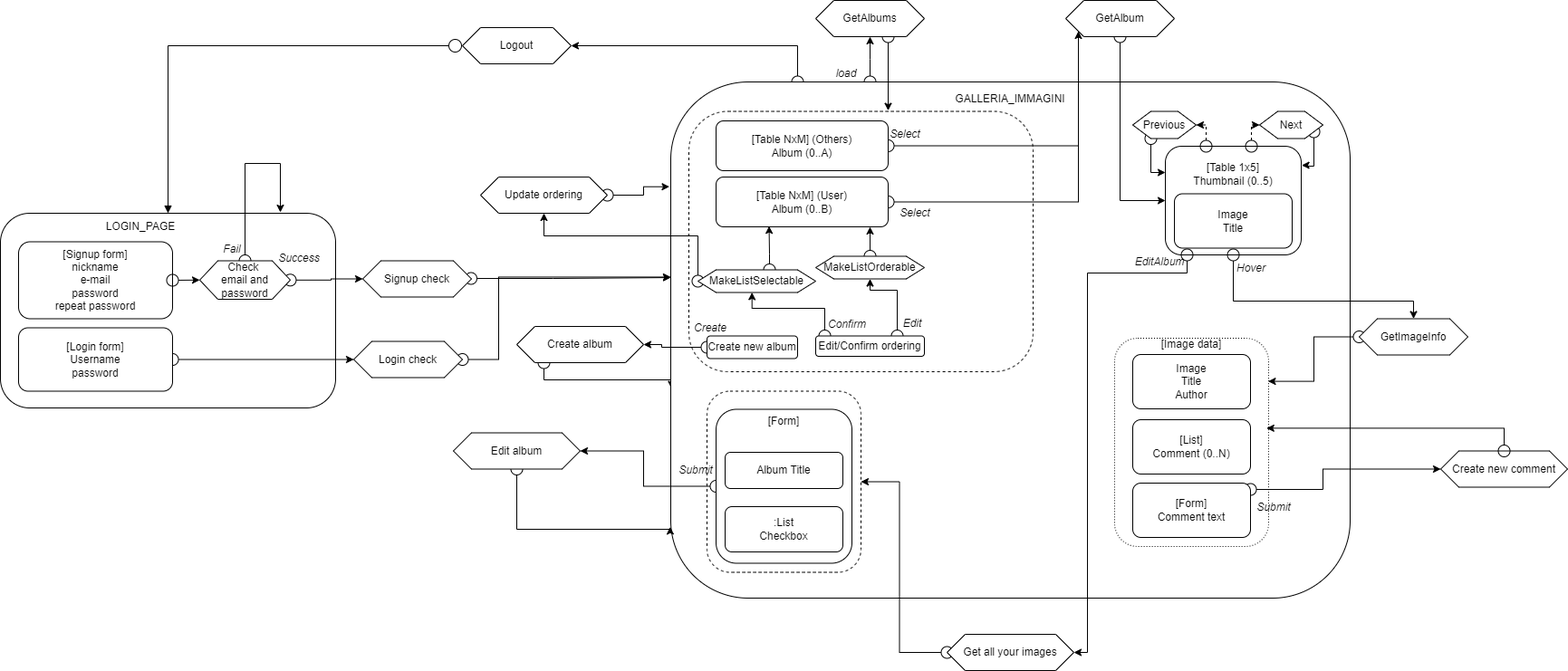
MizuGreg/TIW-Gallery-2022-RIA keeps this draw.io diagram as Design/Diagramma_IFML_TEMPORANEO.png. Above is the earlier version. Source tidied: cells renumbered, new cells last; positions are measured from the earlier drawing's top-left corner, leaving out a move shared by most shapes.
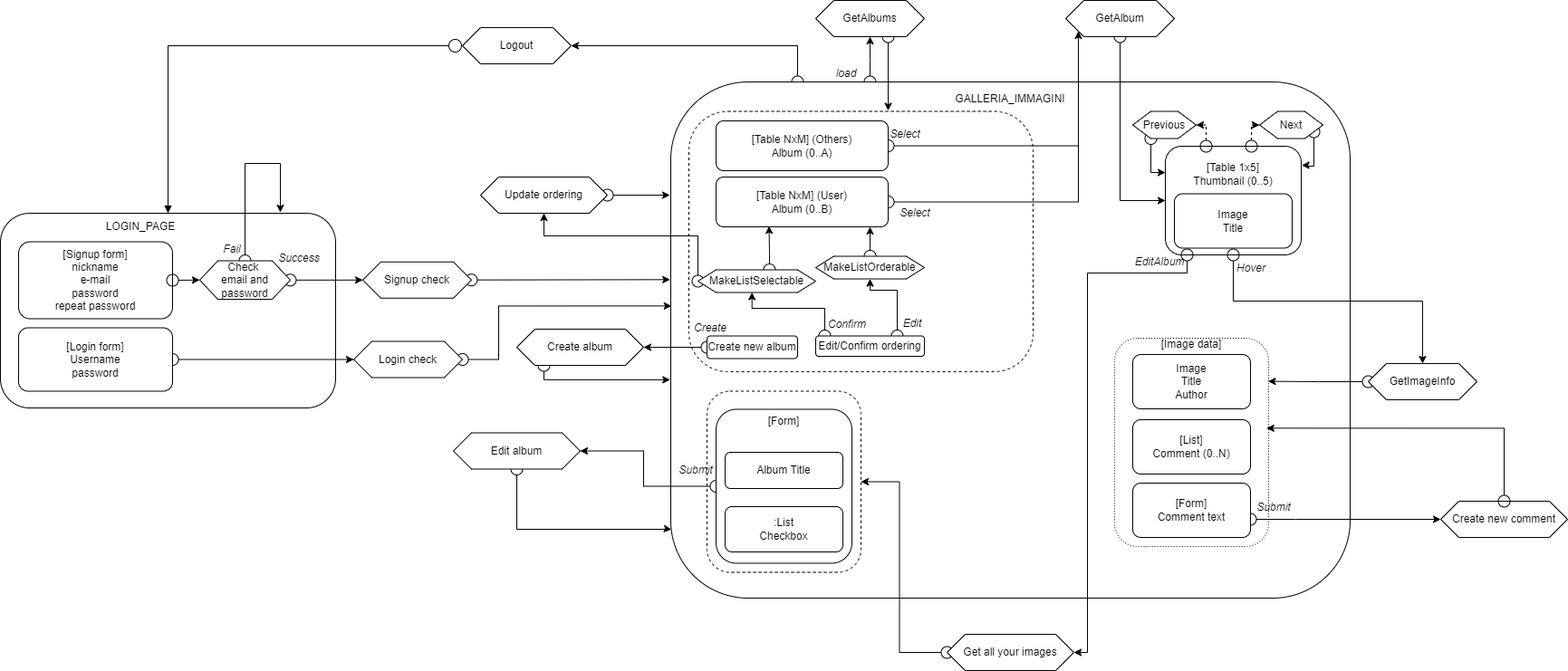
Later version of the same file.

Commit message:
fix allineamento ifml

Diff of the diagram source:
```diff
@@ -2,30 +2,22 @@
   <root>
     <mxCell id="0" />
     <mxCell id="1" parent="0" />
-    <mxCell id="2" style="edgeStyle=elbowEdgeStyle;rounded=0;jettySize=auto;html=1;entryX=0;entryY=0.378;entryDx=0;entryDy=0;entryPerimeter=0;startArrow=oval;startFill=0;startSize=13;exitX=1;exitY=0.5;exitDx=0;exitDy=0;" parent="1" edge="1" source="3" target="18">
+    <mxCell id="2" style="edgeStyle=orthogonalEdgeStyle;rounded=0;jettySize=auto;html=1;entryX=0.001;entryY=0.434;entryDx=0;entryDy=0;entryPerimeter=0;startArrow=oval;startFill=0;startSize=13;" parent="1" edge="1" source="3" target="18">
       <mxGeometry relative="1" as="geometry">
         <Array as="points">
-          <mxPoint x="550" y="350" />
-          <mxPoint x="540" y="340" />
-          <mxPoint x="610" y="330" />
-          <mxPoint x="550" y="340" />
-          <mxPoint x="610" y="350" />
-          <mxPoint x="460" y="350" />
+          <mxPoint x="550" y="397" />
+          <mxPoint x="550" y="337" />
         </Array>
       </mxGeometry>
     </mxCell>
     <mxCell id="3" value="Login check" style="shape=hexagon;perimeter=hexagonPerimeter2;whiteSpace=wrap;html=1;fixedSize=1;strokeColor=default;" parent="1" vertex="1">
       <mxGeometry x="390" y="376.5" width="120" height="40" as="geometry" />
     </mxCell>
-    <mxCell id="4" style="edgeStyle=elbowEdgeStyle;rounded=0;jettySize=auto;html=1;entryX=0;entryY=0.379;entryDx=0;entryDy=0;entryPerimeter=0;startArrow=oval;startFill=0;startSize=13;" parent="1" edge="1" source="5" target="18">
-      <mxGeometry relative="1" as="geometry">
-        <Array as="points">
-          <mxPoint x="610" y="307" />
-        </Array>
-      </mxGeometry>
+    <mxCell id="4" style="rounded=0;jettySize=auto;html=1;startArrow=oval;startFill=0;startSize=13;entryX=-0.001;entryY=0.383;entryDx=0;entryDy=0;entryPerimeter=0;" parent="1" edge="1" source="5" target="18">
+      <mxGeometry relative="1" as="geometry" />
     </mxCell>
     <mxCell id="5" value="Signup check" style="shape=hexagon;perimeter=hexagonPerimeter2;whiteSpace=wrap;html=1;fixedSize=1;strokeColor=default;" parent="1" vertex="1">
-      <mxGeometry x="400" y="287.5" width="120" height="40" as="geometry" />
+      <mxGeometry x="400" y="288.8" width="120" height="40" as="geometry" />
     </mxCell>
     <mxCell id="6" style="rounded=1;whiteSpace=wrap;html=1;strokeColor=default;" parent="1" vertex="1">
       <mxGeometry y="235" width="370" height="215" as="geometry" />
@@ -43,7 +35,7 @@
       <mxGeometry x="20" y="361.5" width="170" height="70" as="geometry" />
     </mxCell>
     <mxCell id="11" value="Create new comment" style="shape=hexagon;perimeter=hexagonPerimeter2;whiteSpace=wrap;html=1;fixedSize=1;strokeColor=default;" parent="1" vertex="1">
-      <mxGeometry x="1590" y="497.5" width="140" height="40" as="geometry" />
+      <mxGeometry x="1590" y="553" width="140" height="40" as="geometry" />
     </mxCell>
     <mxCell id="12" style="edgeStyle=orthogonalEdgeStyle;rounded=0;jettySize=auto;html=1;startArrow=circle;startFill=0;endArrow=block;endFill=1;strokeColor=#000000;" parent="1" edge="1" source="13" target="6">
       <mxGeometry relative="1" as="geometry" />
@@ -51,7 +43,7 @@
     <mxCell id="13" value="Logout" style="shape=hexagon;perimeter=hexagonPerimeter2;whiteSpace=wrap;html=1;fixedSize=1;strokeColor=default;" parent="1" vertex="1">
       <mxGeometry x="510" y="30" width="120" height="40" as="geometry" />
     </mxCell>
-    <mxCell id="14" style="edgeStyle=orthogonalEdgeStyle;rounded=0;jettySize=auto;html=1;entryX=0.001;entryY=0.594;entryDx=0;entryDy=0;startArrow=oval;startFill=0;startSize=13;entryPerimeter=0;" parent="1" edge="1" source="15" target="18">
+    <mxCell id="14" style="edgeStyle=orthogonalEdgeStyle;rounded=0;jettySize=auto;html=1;entryX=-0.001;entryY=0.577;entryDx=0;entryDy=0;startArrow=oval;startFill=0;startSize=13;entryPerimeter=0;" parent="1" edge="1" source="15" target="18">
       <mxGeometry relative="1" as="geometry">
         <Array as="points">
           <mxPoint x="600" y="419" />
@@ -59,7 +51,7 @@
       </mxGeometry>
     </mxCell>
     <mxCell id="15" value="Create album" style="shape=hexagon;perimeter=hexagonPerimeter2;whiteSpace=wrap;html=1;fixedSize=1;strokeColor=default;" parent="1" vertex="1">
-      <mxGeometry x="570" y="360" width="140" height="40" as="geometry" />
+      <mxGeometry x="570" y="363" width="140" height="40" as="geometry" />
     </mxCell>
     <mxCell id="16" style="edgeStyle=elbowEdgeStyle;rounded=0;jettySize=auto;html=1;entryX=1;entryY=0.5;entryDx=0;entryDy=0;startArrow=oval;startFill=0;startSize=13;" parent="1" edge="1" source="18" target="13">
       <mxGeometry relative="1" as="geometry">
@@ -117,7 +109,7 @@
       <mxGeometry relative="1" as="geometry" />
     </mxCell>
     <mxCell id="28" value="GetImageInfo" style="shape=hexagon;perimeter=hexagonPerimeter2;whiteSpace=wrap;html=1;fixedSize=1;strokeColor=default;" parent="1" vertex="1">
-      <mxGeometry x="1500" y="351.5" width="120" height="40" as="geometry" />
+      <mxGeometry x="1510" y="401" width="120" height="40" as="geometry" />
     </mxCell>
     <mxCell id="29" style="edgeStyle=elbowEdgeStyle;rounded=0;jettySize=auto;html=1;startArrow=oval;startFill=0;startSize=13;" parent="1" edge="1" source="30" target="23">
       <mxGeometry relative="1" as="geometry">
@@ -171,6 +163,7 @@
     <mxCell id="38" style="edgeStyle=elbowEdgeStyle;rounded=0;jettySize=auto;html=1;entryX=0;entryY=0.5;entryDx=0;entryDy=0;startArrow=oval;startFill=0;startSize=13;" parent="1" edge="1" source="39" target="11">
       <mxGeometry relative="1" as="geometry">
         <Array as="points">
+          <mxPoint x="1430" y="573" />
           <mxPoint x="1460" y="540" />
         </Array>
       </mxGeometry>
@@ -184,8 +177,8 @@
     <mxCell id="41" style="edgeStyle=orthogonalEdgeStyle;rounded=0;jettySize=auto;html=1;entryX=1;entryY=0.5;entryDx=0;entryDy=0;startArrow=oval;startFill=0;startSize=13;" parent="1" edge="1" source="42" target="15">
       <mxGeometry relative="1" as="geometry">
         <Array as="points">
-          <mxPoint x="730" y="383" />
-          <mxPoint x="730" y="380" />
+          <mxPoint x="720" y="383" />
+          <mxPoint x="720" y="383" />
         </Array>
       </mxGeometry>
     </mxCell>
@@ -207,10 +200,11 @@
     <mxCell id="47" value=":List&lt;br&gt;Checkbox" style="rounded=1;whiteSpace=wrap;html=1;strokeColor=default;" parent="1" vertex="1">
       <mxGeometry x="800" y="559" width="130" height="50" as="geometry" />
     </mxCell>
-    <mxCell id="48" style="edgeStyle=orthogonalEdgeStyle;rounded=0;jettySize=auto;html=1;entryX=-0.001;entryY=0.862;entryDx=0;entryDy=0;entryPerimeter=0;startArrow=oval;startFill=0;startSize=13;" parent="1" edge="1" source="49" target="18">
+    <mxCell id="48" style="edgeStyle=orthogonalEdgeStyle;rounded=0;jettySize=auto;html=1;startArrow=oval;startFill=0;startSize=13;entryX=0.001;entryY=0.867;entryDx=0;entryDy=0;entryPerimeter=0;" parent="1" edge="1" source="49" target="18">
       <mxGeometry relative="1" as="geometry">
         <Array as="points">
           <mxPoint x="570" y="584" />
+          <mxPoint x="739" y="584" />
         </Array>
       </mxGeometry>
     </mxCell>
@@ -259,8 +253,13 @@
     <mxCell id="58" value="MakeListOrderable" style="shape=hexagon;perimeter=hexagonPerimeter2;whiteSpace=wrap;html=1;fixedSize=1;strokeColor=default;" parent="1" vertex="1">
       <mxGeometry x="900" y="282.5" width="120" height="25" as="geometry" />
     </mxCell>
-    <mxCell id="59" style="edgeStyle=orthogonalEdgeStyle;rounded=0;jettySize=auto;html=1;entryX=-0.002;entryY=0.203;entryDx=0;entryDy=0;entryPerimeter=0;startArrow=oval;startFill=0;startSize=13;" parent="1" edge="1" source="60" target="18">
-      <mxGeometry relative="1" as="geometry" />
+    <mxCell id="59" style="edgeStyle=orthogonalEdgeStyle;rounded=0;jettySize=auto;html=1;startArrow=oval;startFill=0;startSize=13;" parent="1" edge="1" source="60">
+      <mxGeometry relative="1" as="geometry">
+        <mxPoint x="739" y="215" as="targetPoint" />
+        <Array as="points">
+          <mxPoint x="739" y="215" />
+        </Array>
+      </mxGeometry>
     </mxCell>
     <mxCell id="60" value="Update ordering" style="shape=hexagon;perimeter=hexagonPerimeter2;whiteSpace=wrap;html=1;fixedSize=1;strokeColor=default;" parent="1" vertex="1">
       <mxGeometry x="530" y="195" width="140" height="40" as="geometry" />
```
